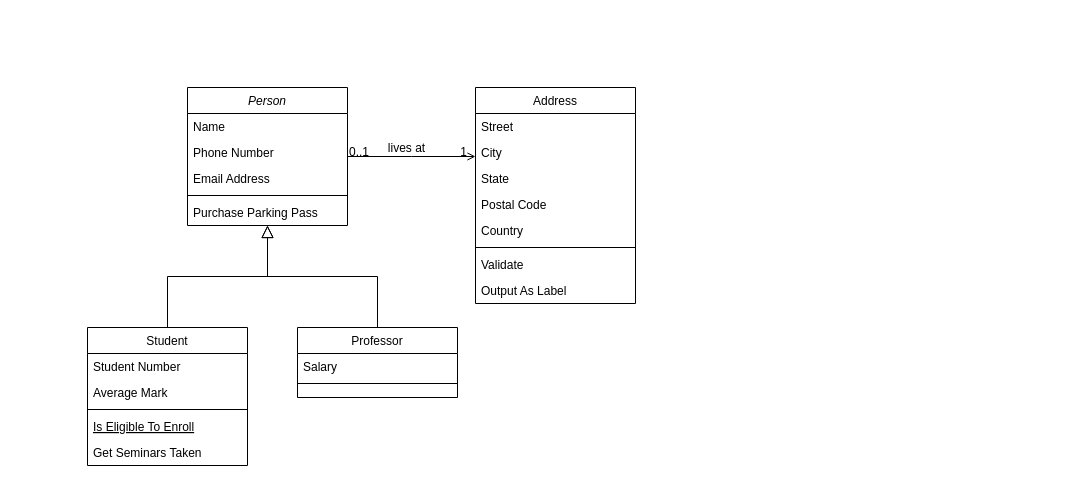
Earlier version of the draw.io diagram Dataflow general.drawio (hygelinger/testing). Source tidied: cells renumbered, new cells numbered last; positions are measured from the earlier drawing's top-left corner, leaving out a move shared by most shapes. Both pictures are drawn from the tidied source at 100%, with x=0, y=0 at pixel (87, 87).
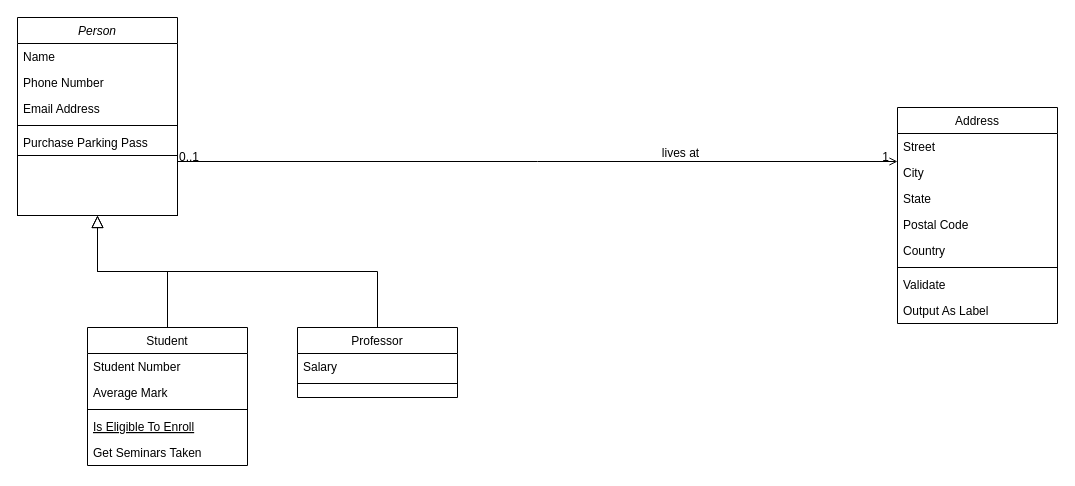
The same diagram, later.

Diff of the diagram source:
```diff
@@
     <mxCell id="2" value="Person" style="swimlane;fontStyle=2;align=center;verticalAlign=top;horizontal=1;startSize=26;rounded=0;shadow=0;strokeWidth=1;" parent="1" vertex="1">
-      <mxGeometry x="100" width="160" height="138" as="geometry" />
+      <mxGeometry x="-70" y="-70" width="160" height="198" as="geometry" />
     </mxCell>
@@
+    <mxCell id="32" style="rounded=0;whiteSpace=wrap;html=1;" parent="2" vertex="1">
+      <mxGeometry y="138" width="160" height="60" as="geometry" />
+    </mxCell>
@@
     <mxCell id="19" value="Address" style="swimlane;fontStyle=0;align=center;verticalAlign=top;horizontal=1;startSize=26;rounded=0;shadow=0;strokeWidth=1;" parent="1" vertex="1">
-      <mxGeometry x="388" width="160" height="216" as="geometry" />
+      <mxGeometry x="810" y="20" width="160" height="216" as="geometry" />
     </mxCell>
```
